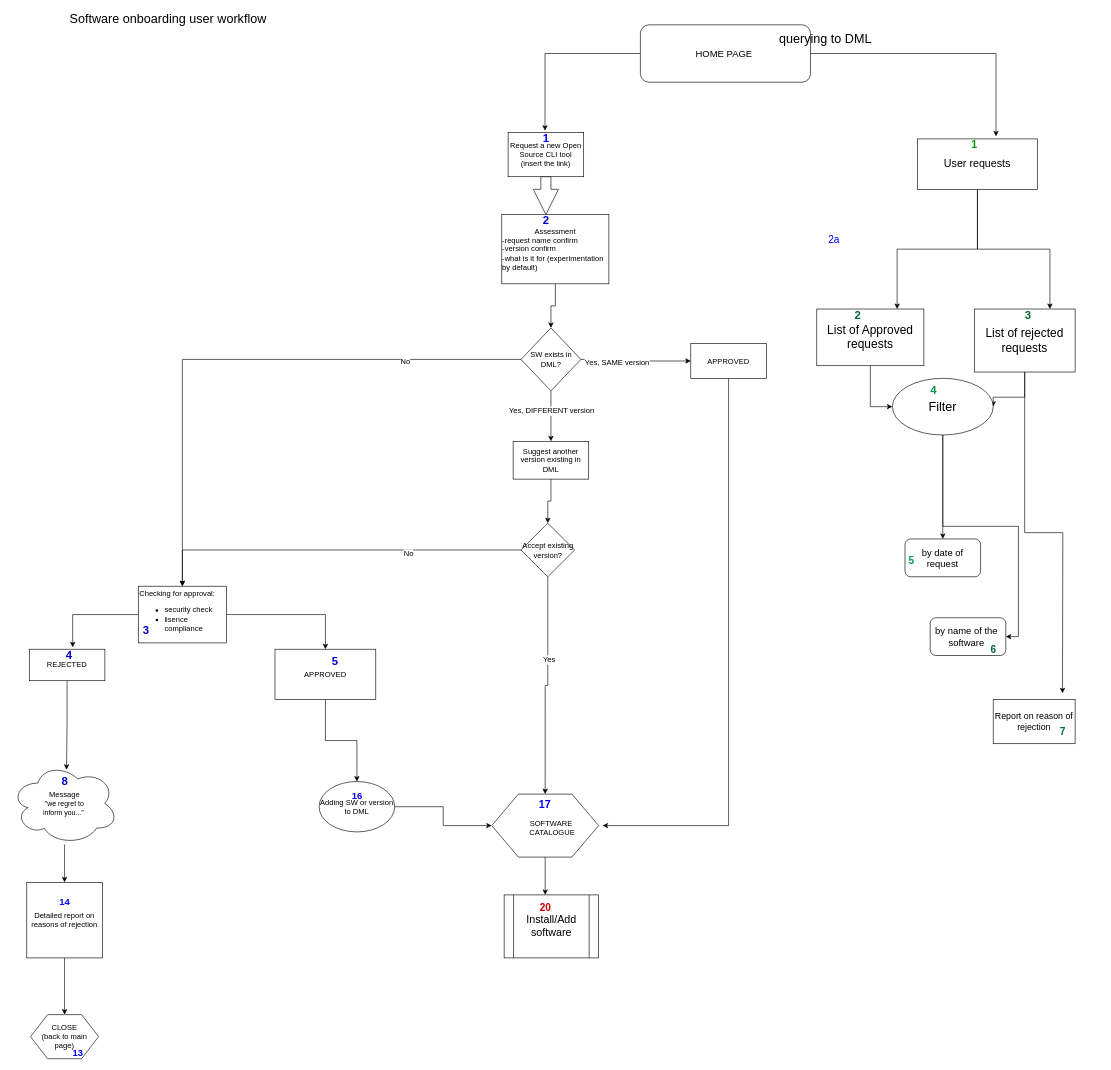
This is drawio/en/SoftOnboarding.drawio from sara-sabr/ITStrategy, a draw.io file, before an edit. Source tidied: cells renumbered, new cells numbered last; positions are measured from the earlier drawing's top-left corner, leaving out a move shared by most shapes. Both pictures are drawn from the tidied source at 63%, with x=0, y=0 at pixel (11, 12).
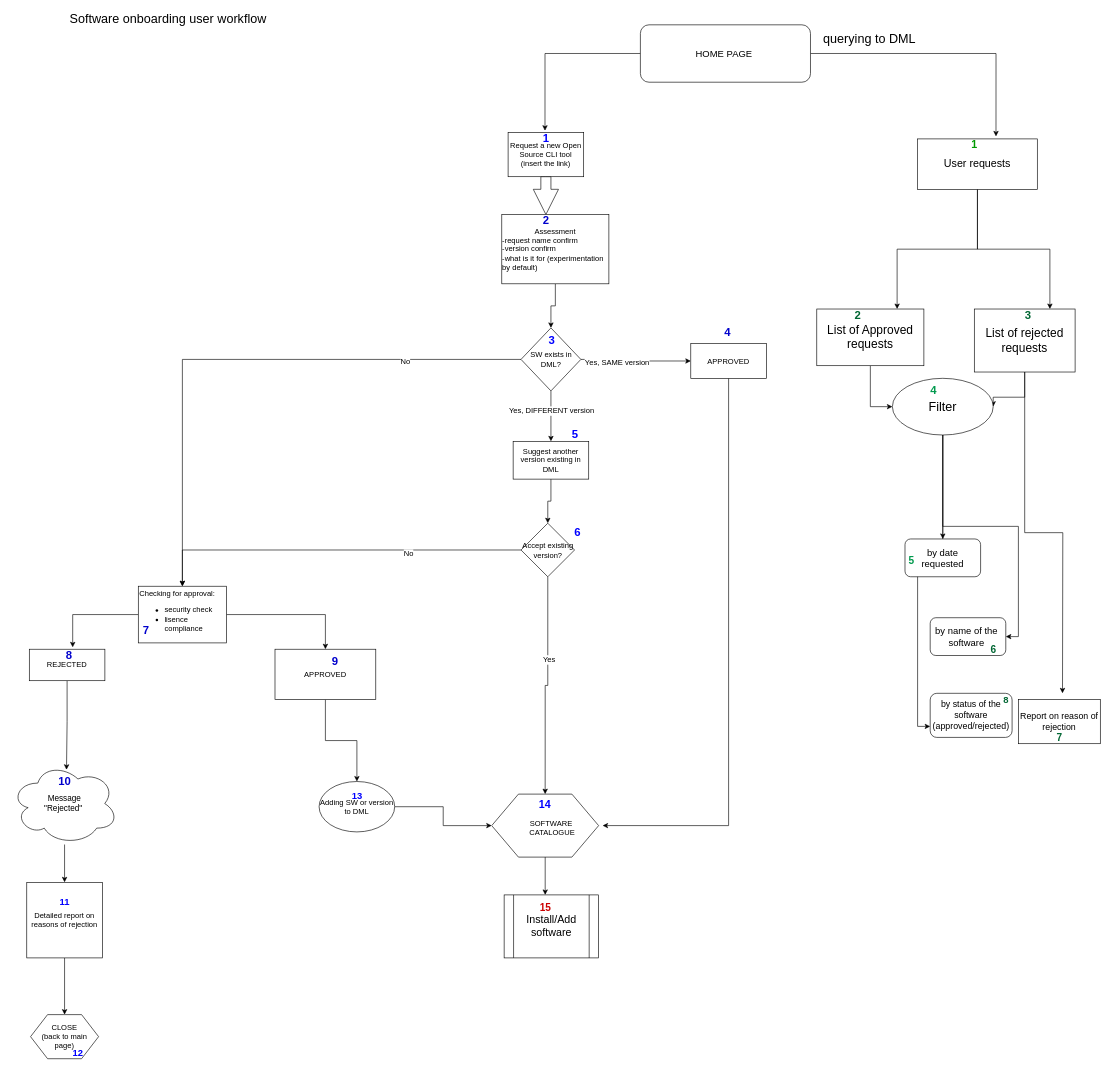
The same diagram, later.

Commit message:
inserting numbers and one more filter - by status

The change refers to these unchanged cells:
```xml
<mxCell id="12" style="group;" parent="1" vertex="1">
  <mxGeometry x="763" y="1241" width="176" height="100" as="geometry" />
</mxCell>
<mxCell id="54" value="&lt;font style=&quot;font-size: 20px&quot;&gt;Filter&lt;/font&gt;" style="ellipse;whiteSpace=wrap;html=1;" parent="1" vertex="1">
  <mxGeometry x="1399" y="581" width="160" height="90" as="geometry" />
</mxCell>
```

Change to the diagram source:
```diff
@@
-    <mxCell id="15" value="&lt;font color=&quot;#0000ff&quot; size=&quot;1&quot;&gt;&lt;b style=&quot;font-size: 17px&quot;&gt;17&lt;/b&gt;&lt;/font&gt;" style="text;html=1;align=center;verticalAlign=middle;" parent="12" vertex="1">
+    <mxCell id="15" value="&lt;font color=&quot;#0000ff&quot; size=&quot;1&quot;&gt;&lt;b style=&quot;font-size: 17px&quot;&gt;14&lt;/b&gt;&lt;/font&gt;" style="text;html=1;align=center;verticalAlign=middle;" parent="12" vertex="1">
       <mxGeometry x="68.5" y="8.3" width="30" height="20" as="geometry" />
     </mxCell>
@@
-    <mxCell id="26" value="Message &lt;br&gt;&lt;font style=&quot;font-size: 11px&quot;&gt;&lt;font style=&quot;font-size: 11px&quot;&gt;&quot;&lt;/font&gt;&lt;font style=&quot;font-size: 11px&quot;&gt;we regret to &lt;br&gt;inform you...&quot;&lt;/font&gt;&amp;nbsp;&lt;/font&gt;" style="ellipse;shape=cloud;whiteSpace=wrap;html=1;" parent="1" vertex="1">
+    <mxCell id="26" value="&lt;font style=&quot;font-size: 13px&quot;&gt;&lt;font style=&quot;font-size: 13px&quot;&gt;&lt;font style=&quot;font-size: 13px&quot;&gt;Message&lt;/font&gt; &lt;br&gt;&lt;/font&gt;&lt;font style=&quot;font-size: 13px&quot;&gt;&lt;font style=&quot;font-size: 13px&quot;&gt;&lt;font style=&quot;font-size: 13px&quot;&gt;&quot;Rejected&lt;/font&gt;&lt;font style=&quot;font-size: 13px&quot;&gt;&quot;&lt;/font&gt;&lt;/font&gt;&amp;nbsp;&lt;/font&gt;&lt;/font&gt;" style="ellipse;shape=cloud;whiteSpace=wrap;html=1;" parent="1" vertex="1">
       <mxGeometry y="1191" width="170" height="130" as="geometry" />
     </mxCell>
@@
-    <mxCell id="29" value="&lt;span style=&quot;font-size: 18px&quot;&gt;&lt;b&gt;&lt;font color=&quot;#0000cc&quot;&gt;3&lt;/font&gt;&lt;/b&gt;&lt;/span&gt;" style="text;html=1;align=center;verticalAlign=middle;" parent="1" vertex="1">
+    <mxCell id="29" value="&lt;span style=&quot;font-size: 18px&quot;&gt;&lt;b&gt;&lt;font color=&quot;#0000cc&quot;&gt;7&lt;/font&gt;&lt;/b&gt;&lt;/span&gt;" style="text;html=1;align=center;verticalAlign=middle;" parent="1" vertex="1">
       <mxGeometry x="199" y="971" width="30" height="20" as="geometry" />
     </mxCell>
-    <mxCell id="30" value="&lt;font color=&quot;#0000cc&quot;&gt;&lt;span style=&quot;font-size: 18px&quot;&gt;&lt;b&gt;4&lt;/b&gt;&lt;/span&gt;&lt;/font&gt;" style="text;html=1;align=center;verticalAlign=middle;" parent="1" vertex="1">
+    <mxCell id="30" value="&lt;font color=&quot;#0000cc&quot;&gt;&lt;span style=&quot;font-size: 18px&quot;&gt;&lt;b&gt;8&lt;/b&gt;&lt;/span&gt;&lt;/font&gt;" style="text;html=1;align=center;verticalAlign=middle;" parent="1" vertex="1">
       <mxGeometry x="77" y="1011" width="30" height="20" as="geometry" />
     </mxCell>
-    <mxCell id="31" value="&lt;font color=&quot;#0000cc&quot;&gt;&lt;span style=&quot;font-size: 18px&quot;&gt;&lt;b&gt;5&lt;/b&gt;&lt;/span&gt;&lt;/font&gt;" style="text;html=1;align=center;verticalAlign=middle;" parent="1" vertex="1">
+    <mxCell id="31" value="&lt;font color=&quot;#0000cc&quot;&gt;&lt;span style=&quot;font-size: 18px&quot;&gt;&lt;b&gt;9&lt;/b&gt;&lt;/span&gt;&lt;/font&gt;" style="text;html=1;align=center;verticalAlign=middle;" parent="1" vertex="1">
       <mxGeometry x="499" y="1021" width="30" height="20" as="geometry" />
     </mxCell>
-    <mxCell id="32" value="&lt;font color=&quot;#0000cc&quot;&gt;&lt;span style=&quot;font-size: 18px&quot;&gt;&lt;b&gt;8&lt;/b&gt;&lt;/span&gt;&lt;/font&gt;" style="text;html=1;align=center;verticalAlign=middle;" parent="1" vertex="1">
-      <mxGeometry x="70" y="1211" width="30" height="20" as="geometry" />
+    <mxCell id="32" value="&lt;font color=&quot;#0000cc&quot;&gt;&lt;span style=&quot;font-size: 18px&quot;&gt;&lt;b&gt;10&lt;/b&gt;&lt;/span&gt;&lt;/font&gt;" style="text;html=1;align=center;verticalAlign=middle;" parent="1" vertex="1">
+      <mxGeometry x="65" y="1211" width="40" height="20" as="geometry" />
     </mxCell>
-    <mxCell id="33" value="&lt;font style=&quot;font-size: 15px&quot; color=&quot;#0000ff&quot;&gt;&lt;b&gt;13&lt;/b&gt;&lt;/font&gt;" style="text;html=1;align=center;verticalAlign=middle;" parent="1" vertex="1">
+    <mxCell id="33" value="&lt;font style=&quot;font-size: 15px&quot; color=&quot;#0000ff&quot;&gt;&lt;b&gt;12&lt;/b&gt;&lt;/font&gt;" style="text;html=1;align=center;verticalAlign=middle;" parent="1" vertex="1">
       <mxGeometry x="91" y="1641" width="30" height="20" as="geometry" />
     </mxCell>
-    <mxCell id="34" value="&lt;font style=&quot;font-size: 15px&quot; color=&quot;#0000ff&quot;&gt;&lt;b&gt;16&lt;/b&gt;&lt;/font&gt;" style="text;html=1;align=center;verticalAlign=middle;" parent="1" vertex="1">
+    <mxCell id="34" value="&lt;font style=&quot;font-size: 15px&quot; color=&quot;#0000ff&quot;&gt;&lt;b&gt;13&lt;/b&gt;&lt;/font&gt;" style="text;html=1;align=center;verticalAlign=middle;" parent="1" vertex="1">
       <mxGeometry x="534" y="1233.5" width="30" height="20" as="geometry" />
     </mxCell>
-    <mxCell id="35" value="&lt;font color=&quot;#0000ff&quot; size=&quot;1&quot;&gt;&lt;b style=&quot;font-size: 15px&quot;&gt;14&lt;/b&gt;&lt;/font&gt;" style="text;html=1;align=center;verticalAlign=middle;" parent="1" vertex="1">
+    <mxCell id="35" value="&lt;font color=&quot;#0000ff&quot; size=&quot;1&quot;&gt;&lt;b style=&quot;font-size: 15px&quot;&gt;11&lt;/b&gt;&lt;/font&gt;" style="text;html=1;align=center;verticalAlign=middle;" parent="1" vertex="1">
       <mxGeometry x="70" y="1401" width="30" height="20" as="geometry" />
     </mxCell>
@@
-    <mxCell id="38" value="&lt;font style=&quot;font-size: 16px&quot; color=&quot;#cc0000&quot;&gt;&lt;b&gt;20&lt;/b&gt;&lt;/font&gt;" style="text;html=1;align=center;verticalAlign=middle;" parent="1" vertex="1">
+    <mxCell id="38" value="&lt;font style=&quot;font-size: 16px&quot; color=&quot;#cc0000&quot;&gt;&lt;b&gt;15&lt;/b&gt;&lt;/font&gt;" style="text;html=1;align=center;verticalAlign=middle;" parent="1" vertex="1">
       <mxGeometry x="833" y="1411" width="30" height="20" as="geometry" />
     </mxCell>
@@
+    <mxCell id="79" style="edgeStyle=orthogonalEdgeStyle;rounded=0;jettySize=auto;html=1;entryX=0;entryY=0.75;entryDx=0;entryDy=0;" parent="1" edge="1" source="54" target="84">
+      <mxGeometry relative="1" as="geometry" />
+    </mxCell>
@@
-    <mxCell id="56" value="&lt;font style=&quot;font-size: 15px&quot;&gt;by date of request&lt;/font&gt;" style="rounded=1;whiteSpace=wrap;html=1;" parent="1" vertex="1">
+    <mxCell id="56" value="&lt;font style=&quot;font-size: 15px&quot;&gt;by date requested&lt;/font&gt;" style="rounded=1;whiteSpace=wrap;html=1;" parent="1" vertex="1">
       <mxGeometry x="1419" y="836" width="120" height="60" as="geometry" />
     </mxCell>
     <mxCell id="57" value="&lt;font style=&quot;font-size: 20px&quot;&gt;querying to DML&lt;/font&gt;&amp;nbsp;" style="text;html=1;align=center;verticalAlign=middle;" parent="1" vertex="1">
-      <mxGeometry x="1209" y="31" width="170" height="20" as="geometry" />
+      <mxGeometry x="1279" y="31" width="170" height="20" as="geometry" />
     </mxCell>
@@
-    <mxCell id="59" value="&lt;font color=&quot;#0000ff&quot; style=&quot;font-size: 16px&quot;&gt;2a&lt;/font&gt;" style="text;html=1;align=center;verticalAlign=middle;" parent="1" vertex="1">
-      <mxGeometry x="1291" y="351" width="30" height="20" as="geometry" />
-    </mxCell>
@@
     <mxCell id="65" value="&lt;font style=&quot;font-size: 14px&quot;&gt;Report on reason of rejection&lt;/font&gt;" style="rounded=0;whiteSpace=wrap;html=1;" parent="1" vertex="1">
-      <mxGeometry x="1559" y="1091" width="130" height="70" as="geometry" />
+      <mxGeometry x="1599" y="1091" width="130" height="70" as="geometry" />
     </mxCell>
     <mxCell id="66" value="&lt;font color=&quot;#006633&quot; size=&quot;1&quot;&gt;&lt;b style=&quot;font-size: 16px&quot;&gt;7&lt;/b&gt;&lt;/font&gt;" style="text;html=1;align=center;verticalAlign=middle;" parent="1" vertex="1">
-      <mxGeometry x="1659" y="1131" width="20" height="20" as="geometry" />
+      <mxGeometry x="1654" y="1141" width="20" height="20" as="geometry" />
     </mxCell>
@@
+    <mxCell id="80" value="&lt;font color=&quot;#0000ff&quot; size=&quot;1&quot;&gt;&lt;b style=&quot;font-size: 18px&quot;&gt;3&lt;/b&gt;&lt;/font&gt;" style="text;html=1;align=center;verticalAlign=middle;" parent="1" vertex="1">
+      <mxGeometry x="842.7" y="511" width="30" height="20" as="geometry" />
+    </mxCell>
+    <mxCell id="81" value="&lt;font color=&quot;#0000cc&quot; style=&quot;font-size: 18px&quot;&gt;&lt;b&gt;4&lt;/b&gt;&lt;/font&gt;" style="text;html=1;align=center;verticalAlign=middle;" parent="1" vertex="1">
+      <mxGeometry x="1122" y="499" width="30" height="20" as="geometry" />
+    </mxCell>
+    <mxCell id="82" value="&lt;font color=&quot;#0000ff&quot; size=&quot;1&quot;&gt;&lt;b style=&quot;font-size: 18px&quot;&gt;5&lt;/b&gt;&lt;/font&gt;" style="text;html=1;align=center;verticalAlign=middle;" parent="1" vertex="1">
+      <mxGeometry x="879.5" y="661" width="30" height="20" as="geometry" />
+    </mxCell>
+    <mxCell id="83" value="&lt;b&gt;&lt;font color=&quot;#0000ff&quot; style=&quot;font-size: 18px&quot;&gt;6&lt;/font&gt;&lt;/b&gt;" style="text;html=1;align=center;verticalAlign=middle;" parent="1" vertex="1">
+      <mxGeometry x="884" y="816" width="30" height="20" as="geometry" />
+    </mxCell>
+    <mxCell id="84" value="&lt;font style=&quot;font-size: 14px&quot;&gt;by status of the software (approved/rejected)&lt;/font&gt;" style="rounded=1;whiteSpace=wrap;html=1;" parent="1" vertex="1">
+      <mxGeometry x="1459" y="1081" width="130" height="70" as="geometry" />
+    </mxCell>
+    <mxCell id="85" value="&lt;b&gt;&lt;font color=&quot;#006633&quot; style=&quot;font-size: 15px&quot;&gt;8&lt;/font&gt;&lt;/b&gt;" style="text;html=1;align=center;verticalAlign=middle;" parent="1" vertex="1">
+      <mxGeometry x="1569" y="1081" width="20" height="20" as="geometry" />
+    </mxCell>
```
